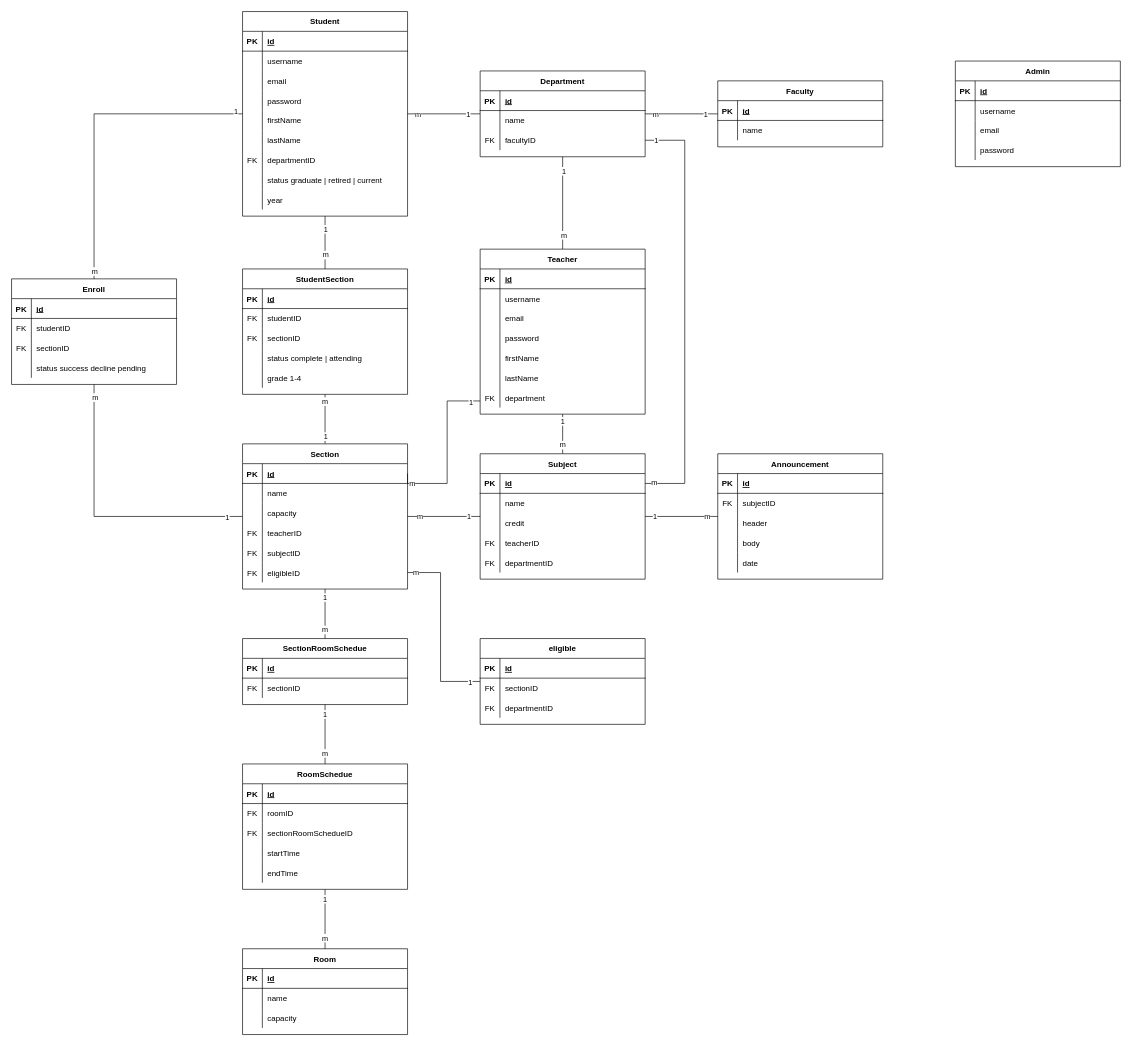
Earlier version of the draw.io diagram er.drawio (MeowKyWay/myku-clone). Source tidied: cells renumbered, new cells numbered last; positions are measured from the earlier drawing's top-left corner, leaving out a move shared by most shapes. Both pictures are drawn from the tidied source at 66%, with x=0, y=0 at pixel (11, 11).
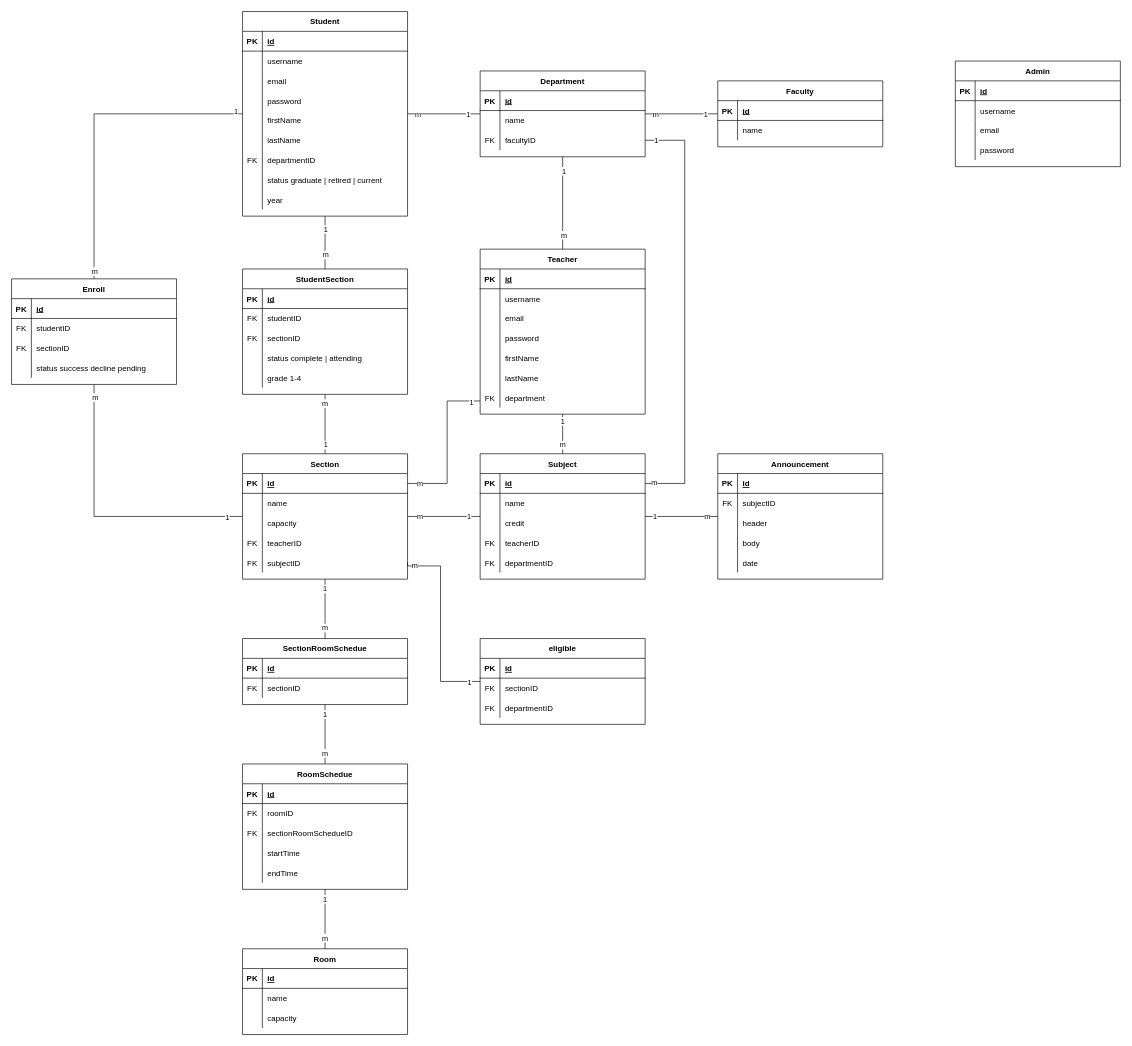
The same page after the edit.

The change refers to these unchanged cells:
```xml
<mxCell id="113" style="shape=partialRectangle;fillColor=none;points=[[0,0.5],[1,0.5]];portConstraint=eastwest;top=0;left=0;right=0;bottom=0;" parent="100" vertex="1">
  <mxGeometry y="150" width="250" height="30" as="geometry" />
</mxCell>
<mxCell id="240" value="eligible" style="shape=table;startSize=30;childLayout=tableLayout;rowLines=0;fontStyle=1;align=center;" parent="1" vertex="1">
  <mxGeometry x="710" y="950" width="250" height="130" as="geometry" />
</mxCell>
```

The edit, as a diff of the source:
```diff
@@
     <mxCell id="100" value="Section" style="shape=table;startSize=30;childLayout=tableLayout;rowLines=0;fontStyle=1;align=center;" parent="1" vertex="1">
-      <mxGeometry x="350" y="655" width="250" height="220" as="geometry" />
+      <mxGeometry x="350" y="670" width="250" height="190" as="geometry" />
     </mxCell>
@@
-    <mxCell id="116" style="shape=partialRectangle;fillColor=none;points=[[0,0.5],[1,0.5]];portConstraint=eastwest;top=0;left=0;right=0;bottom=0;" parent="100" vertex="1">
-      <mxGeometry y="180" width="250" height="30" as="geometry" />
-    </mxCell>
-    <mxCell id="117" value="FK" style="shape=partialRectangle;overflow=hidden;fillColor=none;top=0;left=0;bottom=0;right=0;" parent="116" vertex="1">
-      <mxGeometry width="30" height="30" as="geometry" />
-    </mxCell>
-    <mxCell id="118" value="eligibleID" style="shape=partialRectangle;overflow=hidden;fillColor=none;top=0;left=0;bottom=0;right=0;align=left;spacingLeft=6;" parent="116" vertex="1">
-      <mxGeometry x="30" width="220" height="30" as="geometry" />
-    </mxCell>
@@
-    <mxCell id="250" style="edgeStyle=orthogonalEdgeStyle;rounded=0;jettySize=auto;html=1;endArrow=none;endFill=0;entryX=1;entryY=0.5;entryDx=0;entryDy=0;" parent="1" edge="1" source="240" target="116">
+    <mxCell id="250" style="edgeStyle=orthogonalEdgeStyle;rounded=0;jettySize=auto;html=1;endArrow=none;endFill=0;entryX=1;entryY=0.5;entryDx=0;entryDy=0;" parent="1" edge="1" source="240" target="113">
       <mxGeometry relative="1" as="geometry">
         <Array as="points">
           <mxPoint x="650" y="1015" />
-          <mxPoint x="650" y="850" />
+          <mxPoint x="650" y="840" />
+          <mxPoint x="600" y="840" />
         </Array>
       </mxGeometry>
     </mxCell>
     <mxCell id="251" value="m" style="edgeLabel;html=1;align=center;verticalAlign=middle;" parent="250" vertex="1">
-      <mxGeometry x="0.91" y="-1" relative="1" as="geometry" />
+      <mxGeometry x="0.91" y="-1" relative="1" as="geometry">
+        <mxPoint x="2" as="offset" />
+      </mxGeometry>
     </mxCell>
```
